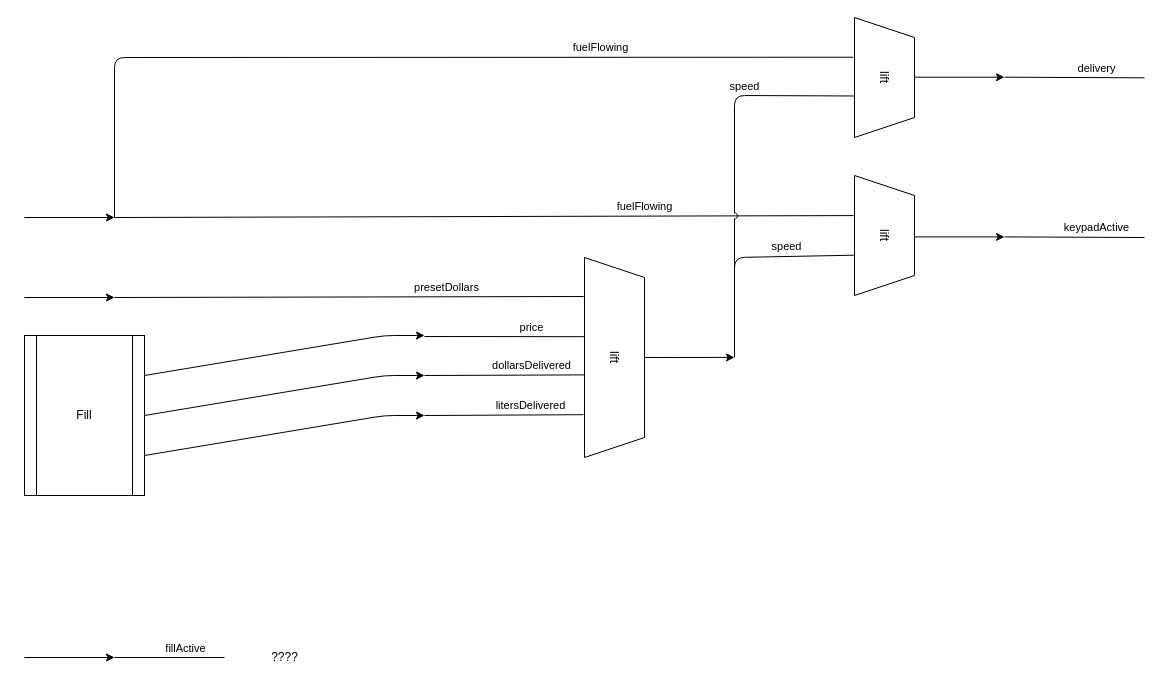
Above: Preset.drawio in suzuki-taro-29/FRP-chap4-diagrams (draw.io), before the change. Source tidied: cells renumbered, new cells numbered last; positions are measured from the earlier drawing's top-left corner, leaving out a move shared by most shapes. Both pictures are drawn from the tidied source at 100%, with x=0, y=0 at pixel (24, 47).
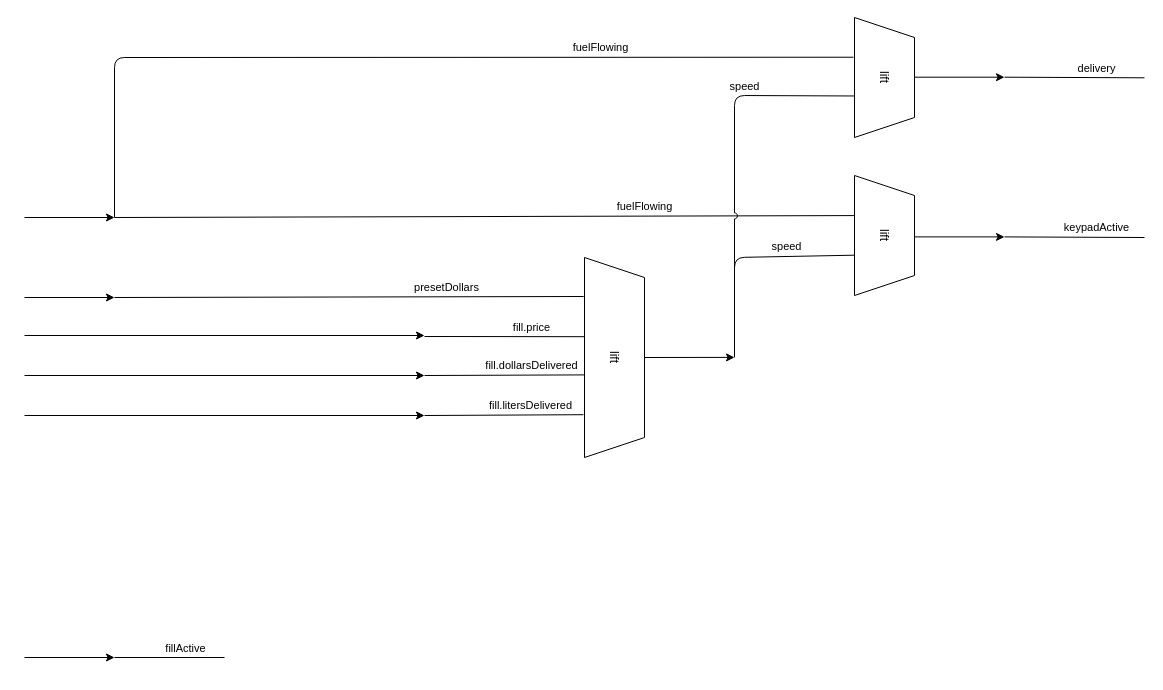
The same page after the edit.

The change refers to these unchanged cells:
```xml
<mxCell id="14" style="jumpStyle=arc;html=1;elbow=vertical;endArrow=none;endFill=0;entryX=0.396;entryY=0.998;entryDx=0;entryDy=0;entryPerimeter=0;" parent="1" edge="1" target="11">
  <mxGeometry relative="1" as="geometry">
    <mxPoint x="400" y="289" as="sourcePoint" />
    <Array as="points">
      <mxPoint x="470" y="289" />
    </Array>
  </mxGeometry>
</mxCell>
<mxCell id="17" style="jumpStyle=arc;html=1;elbow=vertical;endArrow=none;endFill=0;entryX=0.587;entryY=1.005;entryDx=0;entryDy=0;entryPerimeter=0;" parent="1" edge="1" target="11">
  <mxGeometry relative="1" as="geometry">
    <mxPoint x="400" y="328" as="sourcePoint" />
  </mxGeometry>
</mxCell>
<mxCell id="20" style="jumpStyle=arc;html=1;elbow=vertical;endArrow=none;endFill=0;entryX=0.786;entryY=1.017;entryDx=0;entryDy=0;entryPerimeter=0;" parent="1" edge="1" target="11">
  <mxGeometry relative="1" as="geometry">
    <mxPoint x="400" y="368" as="sourcePoint" />
  </mxGeometry>
</mxCell>
```

Diff of the diagram source:
```diff
@@
-    <mxCell id="12" value="Fill" style="shape=process;whiteSpace=wrap;html=1;backgroundOutline=1;" parent="1" vertex="1">
-      <mxGeometry y="288" width="120" height="160" as="geometry" />
-    </mxCell>
-    <mxCell id="13" style="jumpStyle=arc;html=1;elbow=vertical;exitX=1;exitY=0.25;exitDx=0;exitDy=0;" parent="1" edge="1" source="12">
+    <mxCell id="13" style="jumpStyle=arc;html=1;elbow=vertical;" parent="1" edge="1">
       <mxGeometry relative="1" as="geometry">
+        <mxPoint y="288" as="sourcePoint" />
         <mxPoint x="400" y="288" as="targetPoint" />
         <Array as="points">
           <mxPoint x="360" y="288" />
         </Array>
       </mxGeometry>
     </mxCell>
@@
-    <mxCell id="15" value="price" style="edgeLabel;html=1;align=center;verticalAlign=middle;" parent="14" vertex="1">
+    <mxCell id="15" value="fill.price" style="edgeLabel;html=1;align=center;verticalAlign=middle;" parent="14" vertex="1">
       <mxGeometry x="0.46" relative="1" as="geometry">
         <mxPoint x="-10" y="-10" as="offset" />
       </mxGeometry>
     </mxCell>
-    <mxCell id="16" style="jumpStyle=arc;html=1;elbow=vertical;exitX=1;exitY=0.5;exitDx=0;exitDy=0;" parent="1" edge="1" source="12">
+    <mxCell id="16" style="jumpStyle=arc;html=1;elbow=vertical;" parent="1" edge="1">
       <mxGeometry relative="1" as="geometry">
+        <mxPoint y="328" as="sourcePoint" />
         <mxPoint x="400" y="328" as="targetPoint" />
         <Array as="points">
           <mxPoint x="360" y="328" />
         </Array>
       </mxGeometry>
     </mxCell>
@@
-    <mxCell id="18" value="dollarsDelivered" style="edgeLabel;html=1;align=center;verticalAlign=middle;" parent="17" vertex="1">
+    <mxCell id="18" value="fill.dollarsDelivered" style="edgeLabel;html=1;align=center;verticalAlign=middle;" parent="17" vertex="1">
       <mxGeometry x="0.46" relative="1" as="geometry">
         <mxPoint x="-10" y="-10" as="offset" />
       </mxGeometry>
     </mxCell>
-    <mxCell id="19" style="jumpStyle=arc;html=1;elbow=vertical;exitX=1;exitY=0.75;exitDx=0;exitDy=0;" parent="1" edge="1" source="12">
+    <mxCell id="19" style="jumpStyle=arc;html=1;elbow=vertical;" parent="1" edge="1">
       <mxGeometry relative="1" as="geometry">
+        <mxPoint y="368" as="sourcePoint" />
         <mxPoint x="400" y="368" as="targetPoint" />
         <Array as="points">
           <mxPoint x="360" y="368" />
         </Array>
       </mxGeometry>
     </mxCell>
@@
-    <mxCell id="21" value="litersDelivered" style="edgeLabel;html=1;align=center;verticalAlign=middle;" parent="20" vertex="1">
+    <mxCell id="21" value="fill.litersDelivered" style="edgeLabel;html=1;align=center;verticalAlign=middle;" parent="20" vertex="1">
       <mxGeometry x="0.46" relative="1" as="geometry">
         <mxPoint x="-10" y="-10" as="offset" />
       </mxGeometry>
     </mxCell>
@@
-    <mxCell id="37" value="????" style="text;html=1;align=center;verticalAlign=middle;strokeColor=none;fillColor=none;" parent="1" vertex="1">
-      <mxGeometry x="235" y="595" width="50" height="30" as="geometry" />
-    </mxCell>
```
